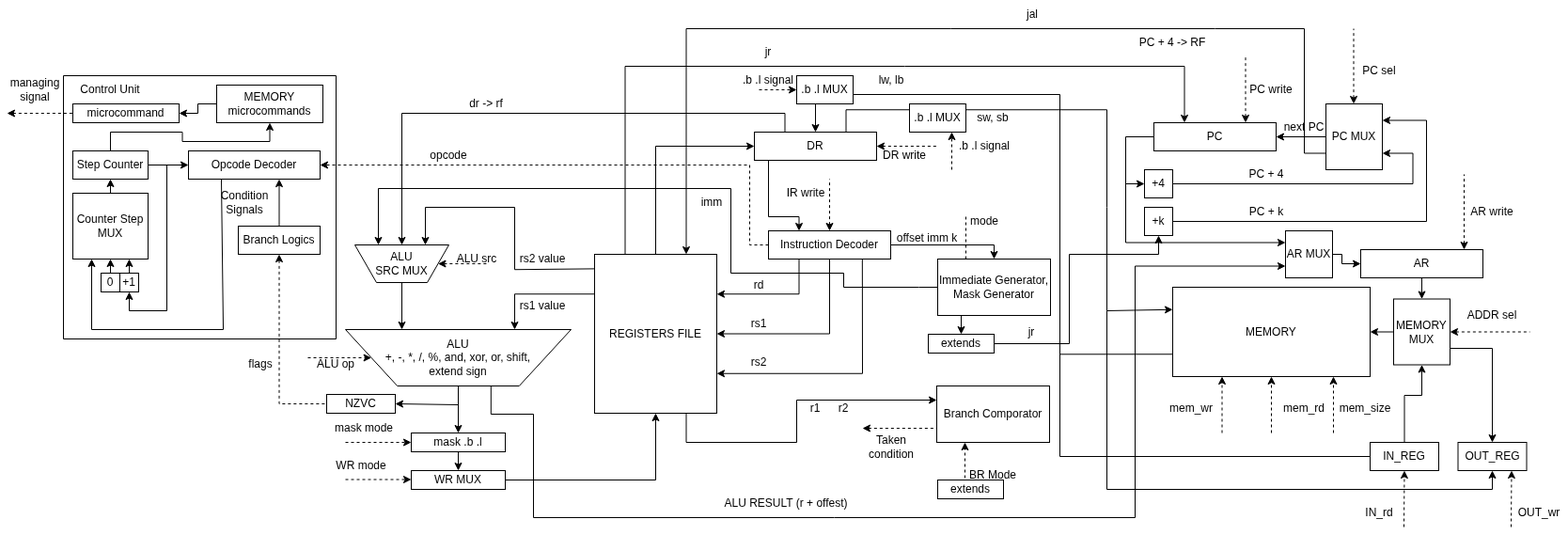
Earlier version of the draw.io export solutions/schema.png (eag2007/computer-architecture-assembler). Source tidied: cells renumbered, new cells last; positions are measured from the earlier drawing's top-left corner, leaving out a move shared by most shapes.
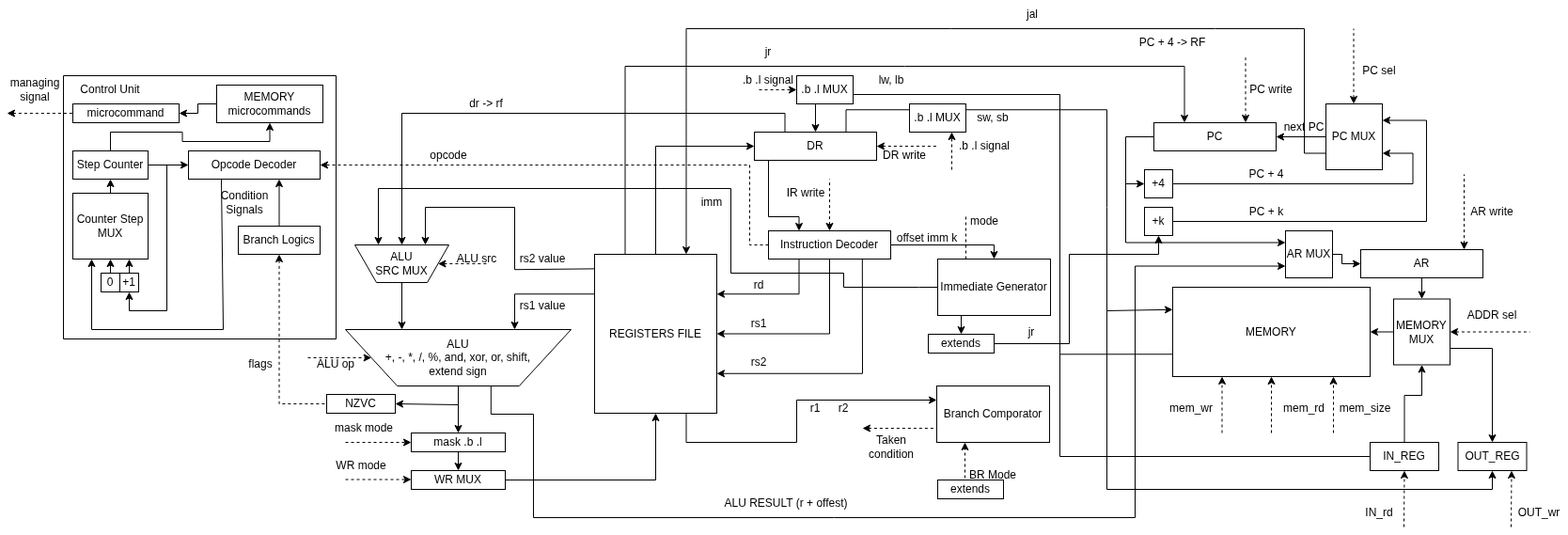
The same diagram one commit later.

Commit message:
fixed schema repeat

Change to the diagram source:
```diff
@@ -107,7 +107,7 @@
     <mxCell id="25" style="edgeStyle=orthogonalEdgeStyle;rounded=0;jettySize=auto;html=1;exitX=0.25;exitY=1;exitDx=0;exitDy=0;entryX=0.5;entryY=0;entryDx=0;entryDy=0;" parent="1" edge="1" source="26" target="92">
       <mxGeometry relative="1" as="geometry" />
     </mxCell>
-    <mxCell id="26" value="Immediate Generator,&lt;br&gt;Mask Generator" style="rounded=0;whiteSpace=wrap;html=1;" parent="1" vertex="1">
+    <mxCell id="26" value="Immediate Generator" style="rounded=0;whiteSpace=wrap;html=1;" parent="1" vertex="1">
       <mxGeometry x="990" y="275" width="120" height="60" as="geometry" />
     </mxCell>
     <mxCell id="27" value="offset imm k" style="text;html=1;whiteSpace=wrap;strokeColor=none;fillColor=none;align=center;verticalAlign=middle;rounded=0;" parent="1" vertex="1">
```
